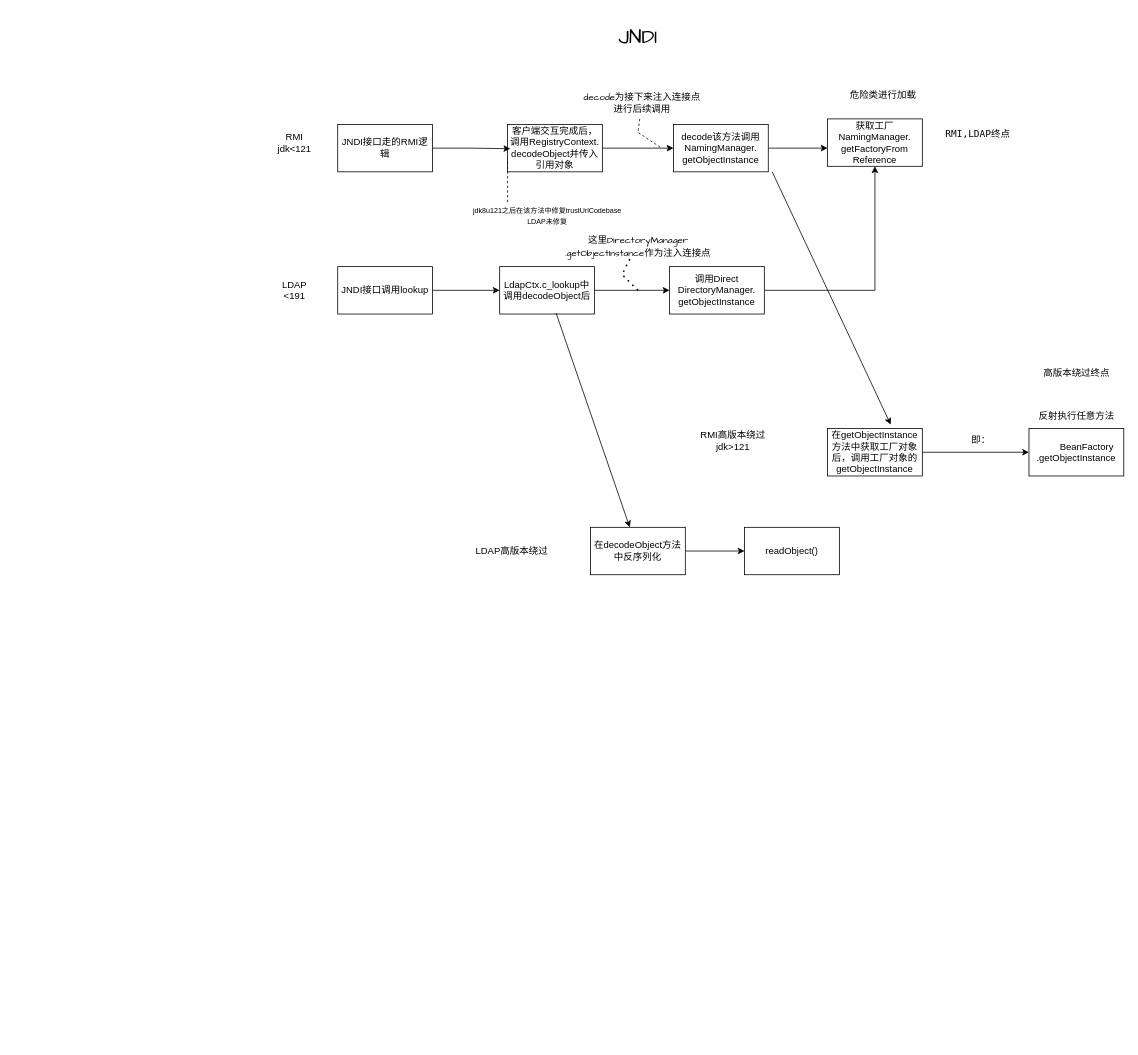
The draw.io diagram java_security.drawio in bxhhf/first-repo, before the edit. Source tidied: cells renumbered, new cells numbered last; positions are measured from the earlier drawing's top-left corner, leaving out a move shared by most shapes. Both pictures are drawn from the tidied source at 79%, with x=0, y=0 at pixel (266, 13).
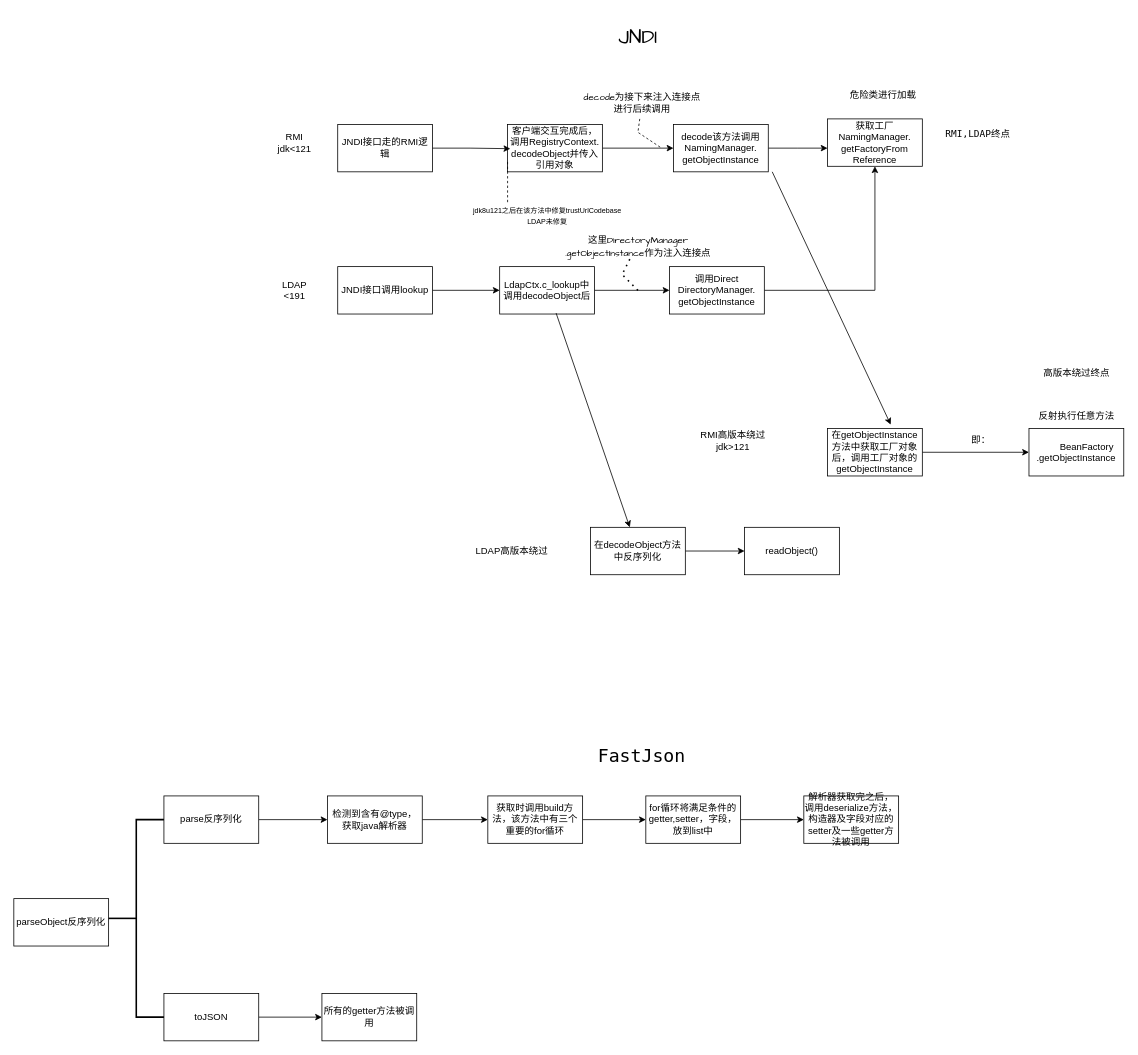
The same page after the edit.

Change to the diagram source:
```diff
@@
+    <mxCell id="39" value="&lt;font face=&quot;Lucida Console&quot; style=&quot;font-size: 23px;&quot;&gt;FastJson&lt;/font&gt;" style="text;html=1;whiteSpace=wrap;strokeColor=none;fillColor=none;align=center;verticalAlign=middle;rounded=0;" parent="1" vertex="1">
+      <mxGeometry x="435" y="920" width="80" height="40" as="geometry" />
+    </mxCell>
+    <mxCell id="40" style="edgeStyle=orthogonalEdgeStyle;rounded=0;jettySize=auto;html=1;" parent="1" edge="1" source="41" target="43">
+      <mxGeometry relative="1" as="geometry" />
+    </mxCell>
+    <mxCell id="41" value="parse反序列化" style="rounded=0;whiteSpace=wrap;html=1;" parent="1" vertex="1">
+      <mxGeometry x="-130" y="990" width="120" height="60" as="geometry" />
+    </mxCell>
+    <mxCell id="42" style="edgeStyle=orthogonalEdgeStyle;rounded=0;jettySize=auto;html=1;" parent="1" edge="1" source="43" target="45">
+      <mxGeometry relative="1" as="geometry" />
+    </mxCell>
+    <mxCell id="43" value="检测到含有@type，获取java解析器" style="rounded=0;whiteSpace=wrap;html=1;" parent="1" vertex="1">
+      <mxGeometry x="77" y="990" width="120" height="60" as="geometry" />
+    </mxCell>
+    <mxCell id="44" style="edgeStyle=orthogonalEdgeStyle;rounded=0;jettySize=auto;html=1;" parent="1" edge="1" source="45" target="47">
+      <mxGeometry relative="1" as="geometry" />
+    </mxCell>
+    <mxCell id="45" value="获取时调用build方法，该方法中有三个重要的for循环" style="rounded=0;whiteSpace=wrap;html=1;" parent="1" vertex="1">
+      <mxGeometry x="280" y="990" width="120" height="60" as="geometry" />
+    </mxCell>
+    <mxCell id="46" style="edgeStyle=orthogonalEdgeStyle;rounded=0;jettySize=auto;html=1;" parent="1" edge="1" source="47" target="48">
+      <mxGeometry relative="1" as="geometry" />
+    </mxCell>
+    <mxCell id="47" value="for循环将满足条件的getter,setter，字段，放到list中" style="rounded=0;whiteSpace=wrap;html=1;" parent="1" vertex="1">
+      <mxGeometry x="480" y="990" width="120" height="60" as="geometry" />
+    </mxCell>
+    <mxCell id="48" value="解析器获取完之后，调用deserialize方法，构造器及字段对应的setter及一些getter方法被调用" style="whiteSpace=wrap;html=1;rounded=0;" parent="1" vertex="1">
+      <mxGeometry x="680" y="990" width="120" height="60" as="geometry" />
+    </mxCell>
+    <mxCell id="49" value="parseObject反序列化" style="rounded=0;whiteSpace=wrap;html=1;" parent="1" vertex="1">
+      <mxGeometry x="-320" y="1120" width="120" height="60" as="geometry" />
+    </mxCell>
+    <mxCell id="50" style="edgeStyle=orthogonalEdgeStyle;rounded=0;jettySize=auto;html=1;" parent="1" edge="1" source="51" target="53">
+      <mxGeometry relative="1" as="geometry" />
+    </mxCell>
+    <mxCell id="51" value="toJSON" style="rounded=0;whiteSpace=wrap;html=1;" parent="1" vertex="1">
+      <mxGeometry x="-130" y="1240" width="120" height="60" as="geometry" />
+    </mxCell>
+    <mxCell id="52" style="strokeWidth=2;html=1;shape=mxgraph.flowchart.annotation_2;align=left;labelPosition=right;" parent="1" vertex="1">
+      <mxGeometry x="-200" y="1020" width="70" height="250" as="geometry" />
+    </mxCell>
+    <mxCell id="53" value="所有的getter方法被调用" style="whiteSpace=wrap;html=1;" parent="1" vertex="1">
+      <mxGeometry x="70" y="1240" width="120" height="60" as="geometry" />
+    </mxCell>
```
